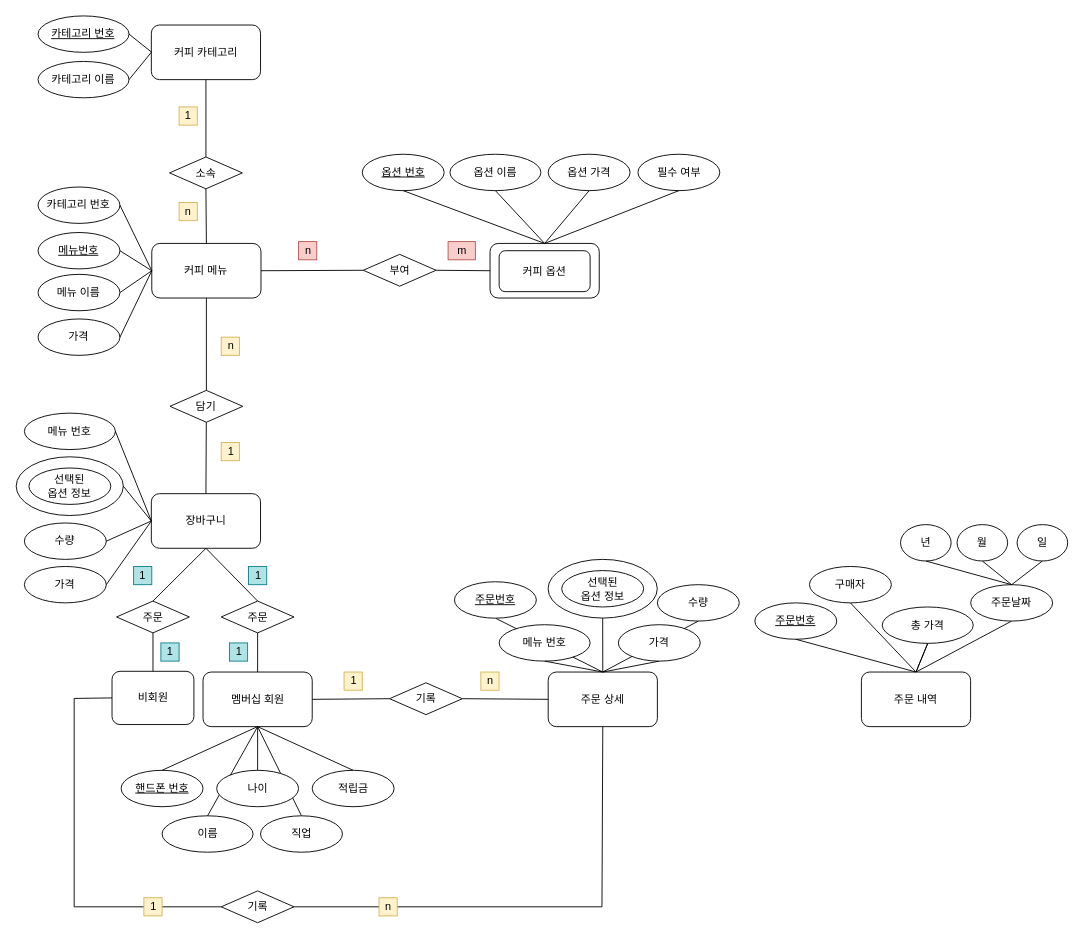
jdohun/22-1Database keeps this draw.io diagram as cafe.drawio. Above is the earlier version. Source tidied: cells renumbered, new cells numbered last; positions are measured from the earlier drawing's top-left corner, leaving out a move shared by most shapes. Both pictures are drawn from the tidied source at 91%, with x=0, y=0 at pixel (15, 15).
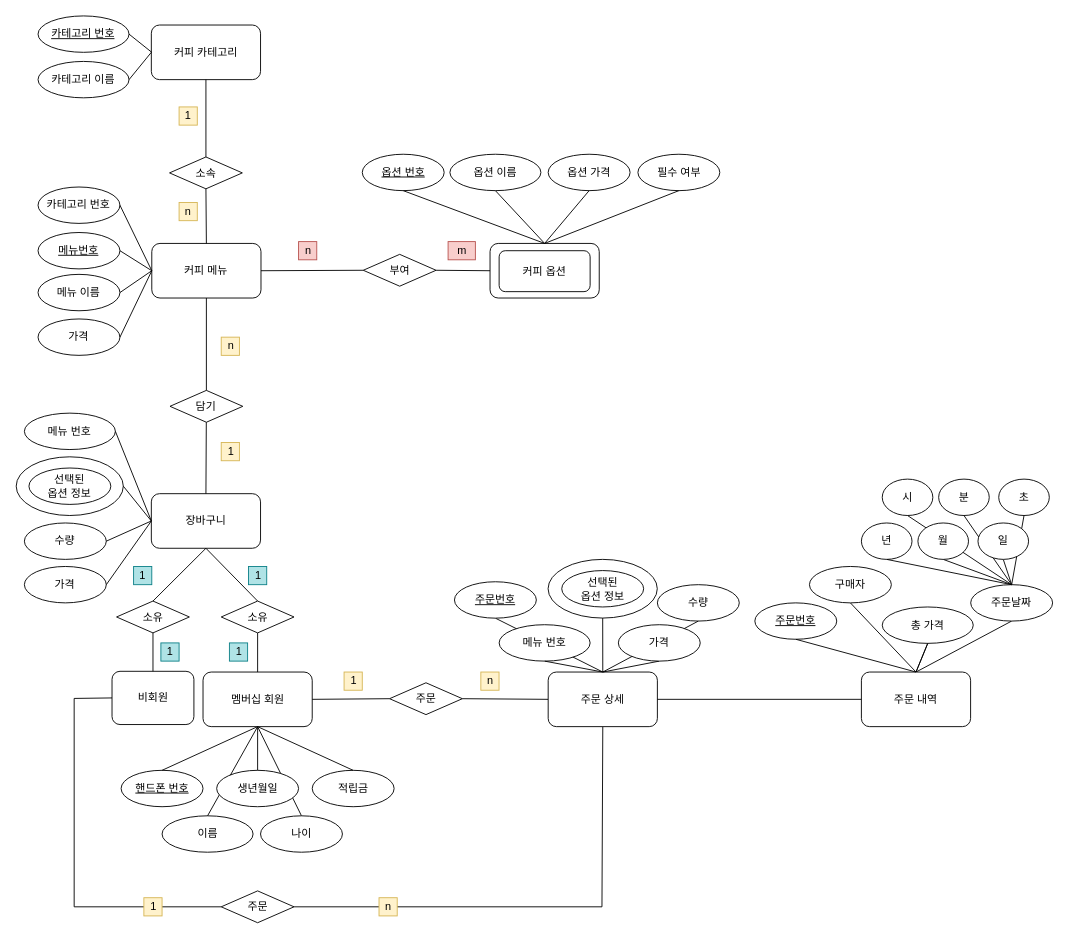
Above is the later version.

Unchanged cells that the change refers to:
```xml
<mxCell id="18" value="주문 내역" style="rounded=1;whiteSpace=wrap;html=1;" parent="1" vertex="1">
  <mxGeometry x="929.1" y="721" width="120" height="60" as="geometry" />
</mxCell>
<mxCell id="19" value="주문날짜" style="ellipse;whiteSpace=wrap;html=1;rounded=0;" parent="1" vertex="1">
  <mxGeometry x="1049.2" y="625" width="90" height="40" as="geometry" />
</mxCell>
<mxCell id="101" value="주문 상세" style="rounded=1;whiteSpace=wrap;html=1;" parent="1" vertex="1">
  <mxGeometry x="584.9" y="721" width="120" height="60" as="geometry" />
</mxCell>
```

What changed in the source:
```diff
@@
     <mxCell id="33" value="년" style="ellipse;whiteSpace=wrap;html=1;rounded=0;" parent="1" vertex="1">
-      <mxGeometry x="972.1" y="559" width="55.6" height="40" as="geometry" />
+      <mxGeometry x="929.1" y="557.2" width="55.6" height="40" as="geometry" />
     </mxCell>
-    <mxCell id="34" value="월" style="ellipse;whiteSpace=wrap;html=1;rounded=0;" parent="1" vertex="1">
-      <mxGeometry x="1034.2" y="559" width="55.6" height="40" as="geometry" />
-    </mxCell>
-    <mxCell id="35" value="일" style="ellipse;whiteSpace=wrap;html=1;rounded=0;" parent="1" vertex="1">
-      <mxGeometry x="1100.2" y="559" width="55.6" height="40" as="geometry" />
-    </mxCell>
@@
-    <mxCell id="49" value="나이" style="ellipse;whiteSpace=wrap;html=1;rounded=0;" parent="1" vertex="1">
+    <mxCell id="49" value="생년월일" style="ellipse;whiteSpace=wrap;html=1;rounded=0;" parent="1" vertex="1">
       <mxGeometry x="220.6" y="829" width="90" height="40" as="geometry" />
     </mxCell>
@@
-    <mxCell id="51" value="직업" style="ellipse;whiteSpace=wrap;html=1;rounded=0;" parent="1" vertex="1">
+    <mxCell id="51" value="나이" style="ellipse;whiteSpace=wrap;html=1;rounded=0;" parent="1" vertex="1">
       <mxGeometry x="268.8" y="879" width="90" height="40" as="geometry" />
     </mxCell>
@@
-    <mxCell id="76" value="주문" style="rhombus;whiteSpace=wrap;html=1;rounded=0;" parent="1" vertex="1">
+    <mxCell id="76" value="소유" style="rhombus;whiteSpace=wrap;html=1;rounded=0;" parent="1" vertex="1">
       <mxGeometry x="110.6" y="643" width="80" height="35" as="geometry" />
     </mxCell>
@@
-    <mxCell id="78" value="주문" style="rhombus;whiteSpace=wrap;html=1;rounded=0;" parent="1" vertex="1">
+    <mxCell id="78" value="소유" style="rhombus;whiteSpace=wrap;html=1;rounded=0;" parent="1" vertex="1">
       <mxGeometry x="225.6" y="643" width="80" height="35" as="geometry" />
     </mxCell>
@@
-    <mxCell id="80" value="기록" style="rhombus;whiteSpace=wrap;html=1;rounded=0;" parent="1" vertex="1">
+    <mxCell id="80" value="주문" style="rhombus;whiteSpace=wrap;html=1;rounded=0;" parent="1" vertex="1">
       <mxGeometry x="225.6" y="961.5" width="80" height="35" as="geometry" />
     </mxCell>
@@
-    <mxCell id="82" value="기록" style="rhombus;whiteSpace=wrap;html=1;rounded=0;" parent="1" vertex="1">
+    <mxCell id="82" value="주문" style="rhombus;whiteSpace=wrap;html=1;rounded=0;" parent="1" vertex="1">
       <mxGeometry x="410.6" y="732.8" width="80" height="35" as="geometry" />
     </mxCell>
@@
+    <mxCell id="113" value="시" style="ellipse;whiteSpace=wrap;html=1;rounded=0;" parent="1" vertex="1">
+      <mxGeometry x="952" y="509" width="55.6" height="40" as="geometry" />
+    </mxCell>
+    <mxCell id="114" value="분" style="ellipse;whiteSpace=wrap;html=1;rounded=0;" parent="1" vertex="1">
+      <mxGeometry x="1014" y="509" width="55.6" height="40" as="geometry" />
+    </mxCell>
+    <mxCell id="115" value="초" style="ellipse;whiteSpace=wrap;html=1;rounded=0;" parent="1" vertex="1">
+      <mxGeometry x="1080" y="509" width="55.6" height="40" as="geometry" />
+    </mxCell>
+    <mxCell id="116" style="endArrow=none;html=1;rounded=0;entryX=0.5;entryY=1;entryDx=0;entryDy=0;exitX=0.5;exitY=0;exitDx=0;exitDy=0;" parent="1" edge="1" source="19" target="113">
+      <mxGeometry relative="1" as="geometry" />
+    </mxCell>
+    <mxCell id="117" style="endArrow=none;html=1;rounded=0;entryX=0.5;entryY=1;entryDx=0;entryDy=0;exitX=0.5;exitY=0;exitDx=0;exitDy=0;" parent="1" edge="1" source="19" target="114">
+      <mxGeometry relative="1" as="geometry" />
+    </mxCell>
+    <mxCell id="118" style="endArrow=none;html=1;rounded=0;entryX=0.5;entryY=1;entryDx=0;entryDy=0;exitX=0.5;exitY=0;exitDx=0;exitDy=0;" parent="1" edge="1" source="19" target="115">
+      <mxGeometry relative="1" as="geometry" />
+    </mxCell>
+    <mxCell id="35" value="일" style="ellipse;whiteSpace=wrap;html=1;rounded=0;" parent="1" vertex="1">
+      <mxGeometry x="1057.2" y="557.2" width="55.6" height="40" as="geometry" />
+    </mxCell>
+    <mxCell id="34" value="월" style="ellipse;whiteSpace=wrap;html=1;rounded=0;" parent="1" vertex="1">
+      <mxGeometry x="991.2" y="557.2" width="55.6" height="40" as="geometry" />
+    </mxCell>
+    <mxCell id="119" style="endArrow=none;html=1;rounded=0;entryX=1;entryY=0.5;entryDx=0;entryDy=0;exitX=0;exitY=0.5;exitDx=0;exitDy=0;" parent="1" edge="1" source="18" target="101">
+      <mxGeometry relative="1" as="geometry" />
+    </mxCell>
```
